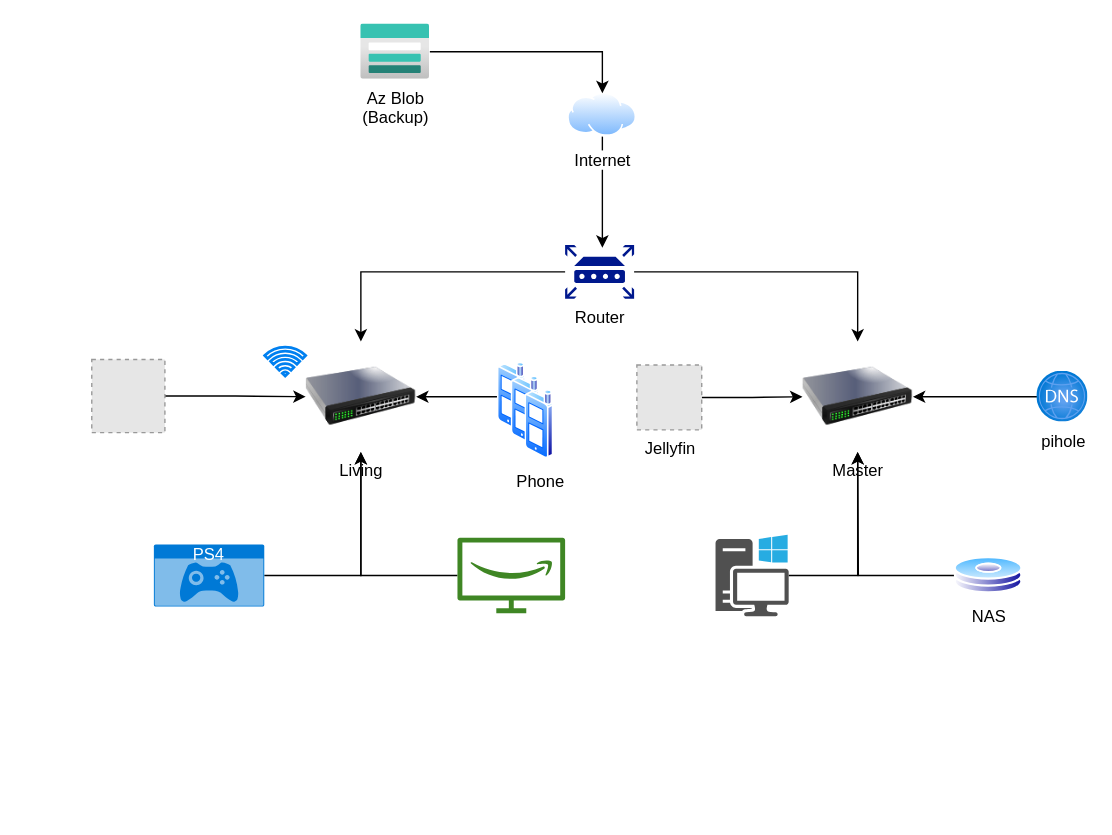
Before: Home Network.drawio in ncinco/DslApi, a draw.io diagram. Source tidied: cells renumbered, new cells numbered last; positions are measured from the earlier drawing's top-left corner, leaving out a move shared by most shapes. Both pictures are drawn from the tidied source at 138%, with x=0, y=0 at pixel (91, 23). Pictures stored in the file or linked from it are replaced by grey dashed boxes.
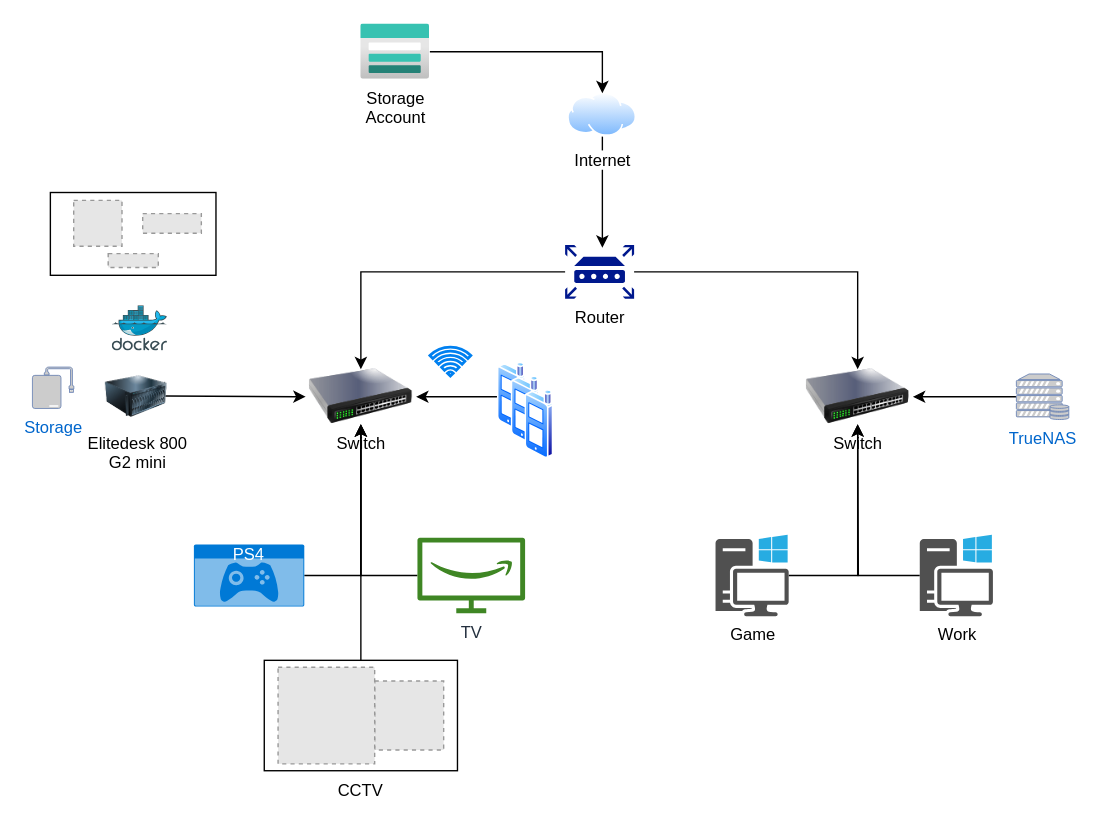
After the change.

Diff of the diagram source:
```diff
@@
-    <mxCell id="7" value="Living" style="image;html=1;image=img/lib/clip_art/networking/Switch_128x128.png;" parent="1" vertex="1">
-      <mxGeometry x="155" y="230" width="80" height="80" as="geometry" />
+    <mxCell id="7" value="Switch" style="image;html=1;image=img/lib/clip_art/networking/Switch_128x128.png;" parent="1" vertex="1">
+      <mxGeometry x="155" y="250" width="80" height="40" as="geometry" />
     </mxCell>
-    <mxCell id="8" value="Master" style="image;html=1;image=img/lib/clip_art/networking/Switch_128x128.png;" parent="1" vertex="1">
-      <mxGeometry x="515" y="230" width="80" height="80" as="geometry" />
+    <mxCell id="8" value="Switch" style="image;html=1;image=img/lib/clip_art/networking/Switch_128x128.png;" parent="1" vertex="1">
+      <mxGeometry x="515" y="250" width="80" height="40" as="geometry" />
     </mxCell>
     <mxCell id="9" style="html=1;verticalLabelPosition=bottom;align=center;labelBackgroundColor=#ffffff;verticalAlign=top;strokeWidth=2;strokeColor=#0080F0;shadow=0;dashed=0;shape=mxgraph.ios7.icons.wifi;" parent="1" vertex="1">
-      <mxGeometry x="125.3" y="234" width="29.7" height="21" as="geometry" />
+      <mxGeometry x="245" y="234" width="29.7" height="21" as="geometry" />
     </mxCell>
@@
-    <mxCell id="11" style="sketch=0;shadow=0;dashed=0;html=1;strokeColor=none;fillColor=#505050;labelPosition=center;verticalLabelPosition=bottom;verticalAlign=top;outlineConnect=0;align=center;shape=mxgraph.office.devices.workstation_pc;" parent="1" vertex="1">
+    <mxCell id="11" value="Game" style="sketch=0;shadow=0;dashed=0;html=1;strokeColor=none;fillColor=#505050;labelPosition=center;verticalLabelPosition=bottom;verticalAlign=top;outlineConnect=0;align=center;shape=mxgraph.office.devices.workstation_pc;" parent="1" vertex="1">
       <mxGeometry x="452" y="370" width="53" height="59" as="geometry" />
     </mxCell>
-    <mxCell id="12" style="edgeStyle=orthogonalEdgeStyle;rounded=0;jettySize=auto;html=1;" parent="1" edge="1" source="13">
-      <mxGeometry relative="1" as="geometry">
-        <mxPoint x="555" y="310" as="targetPoint" />
-      </mxGeometry>
-    </mxCell>
-    <mxCell id="13" value="NAS" style="image;perimeter=ellipsePerimeter;html=1;align=center;shadow=0;dashed=0;spacingTop=3;image=img/lib/active_directory/hard_disk.svg;" parent="1" vertex="1">
-      <mxGeometry x="625" y="386" width="50" height="27" as="geometry" />
-    </mxCell>
@@
     <mxCell id="15" value="PS4" style="html=1;whiteSpace=wrap;strokeColor=none;fillColor=#0079D6;labelPosition=center;verticalLabelPosition=middle;verticalAlign=top;align=center;fontSize=12;outlineConnect=0;spacingTop=-6;fontColor=#FFFFFF;sketch=0;shape=mxgraph.sitemap.game;" parent="1" vertex="1">
-      <mxGeometry x="45" y="377" width="80" height="45" as="geometry" />
+      <mxGeometry x="74" y="377" width="80" height="45" as="geometry" />
     </mxCell>
@@
-    <mxCell id="17" style="sketch=0;outlineConnect=0;fontColor=#232F3E;gradientColor=none;fillColor=#3F8624;strokeColor=none;dashed=0;verticalLabelPosition=bottom;verticalAlign=top;align=center;html=1;fontSize=12;fontStyle=0;shape=mxgraph.aws4.firetv;" parent="1" vertex="1">
-      <mxGeometry x="265" y="372" width="78" height="55" as="geometry" />
+    <mxCell id="17" value="TV" style="sketch=0;outlineConnect=0;fontColor=#232F3E;gradientColor=none;fillColor=#3F8624;strokeColor=none;dashed=0;verticalLabelPosition=bottom;verticalAlign=top;align=center;html=1;fontSize=12;fontStyle=0;shape=mxgraph.aws4.firetv;" parent="1" vertex="1">
+      <mxGeometry x="236" y="372" width="78" height="55" as="geometry" />
     </mxCell>
@@
-    <mxCell id="21" value="Phone" style="image;perimeter=ellipsePerimeter;html=1;align=center;shadow=0;dashed=0;spacingTop=3;image=img/lib/active_directory/cell_phone.svg;" parent="1" vertex="1">
+    <mxCell id="21" style="image;perimeter=ellipsePerimeter;html=1;align=center;shadow=0;dashed=0;spacingTop=3;image=img/lib/active_directory/cell_phone.svg;" parent="1" vertex="1">
       <mxGeometry x="314" y="265" width="21" height="50" as="geometry" />
     </mxCell>
-    <mxCell id="22" style="edgeStyle=orthogonalEdgeStyle;rounded=0;jettySize=auto;html=1;entryX=0;entryY=0.5;entryDx=0;entryDy=0;" parent="1" edge="1" source="23" target="7">
-      <mxGeometry relative="1" as="geometry" />
+    <mxCell id="22" style="edgeStyle=orthogonalEdgeStyle;rounded=0;jettySize=auto;html=1;entryX=0;entryY=0.5;entryDx=0;entryDy=0;" parent="1" edge="1" target="7">
+      <mxGeometry relative="1" as="geometry">
+        <mxPoint x="53" y="269.5" as="sourcePoint" />
+      </mxGeometry>
     </mxCell>
-    <mxCell id="23" style="fillColor=#E6E6E6;strokeColor=#999999;dashed=1;html=1;verticalAlign=top;verticalLabelPosition=bottom;labelBackgroundColor=#ffffff;" parent="1" vertex="1">
-      <mxGeometry y="243" width="53" height="53" as="geometry" />
-    </mxCell>
-    <mxCell id="24" style="edgeStyle=orthogonalEdgeStyle;rounded=0;jettySize=auto;html=1;entryX=1;entryY=0.5;entryDx=0;entryDy=0;" parent="1" edge="1" source="25" target="8">
-      <mxGeometry relative="1" as="geometry" />
-    </mxCell>
-    <mxCell id="25" value="pihole" style="image;html=1;points=[];align=center;fontSize=12;image=img/lib/azure2/networking/DNS_Zones.svg;" parent="1" vertex="1">
-      <mxGeometry x="685" y="251.5" width="37" height="37" as="geometry" />
-    </mxCell>
@@
-    <mxCell id="27" value="Az Blob&lt;br&gt;(Backup)" style="image;html=1;points=[];align=center;fontSize=12;image=img/lib/azure2/storage/Storage_Accounts.svg;" parent="1" vertex="1">
+    <mxCell id="27" value="Storage&lt;br&gt;Account" style="image;html=1;points=[];align=center;fontSize=12;image=img/lib/azure2/storage/Storage_Accounts.svg;" parent="1" vertex="1">
       <mxGeometry x="195" width="50" height="40" as="geometry" />
     </mxCell>
-    <mxCell id="28" style="edgeStyle=orthogonalEdgeStyle;rounded=0;jettySize=auto;html=1;entryX=0;entryY=0.5;entryDx=0;entryDy=0;" parent="1" edge="1" source="29" target="8">
-      <mxGeometry relative="1" as="geometry" />
-    </mxCell>
-    <mxCell id="29" value="Jellyfin" style="fillColor=#E6E6E6;strokeColor=#999999;dashed=1;html=1;verticalAlign=top;verticalLabelPosition=bottom;labelBackgroundColor=#ffffff;" parent="1" vertex="1">
-      <mxGeometry x="395" y="247" width="47" height="47" as="geometry" />
-    </mxCell>
+    <mxCell id="30" style="edgeStyle=orthogonalEdgeStyle;rounded=0;jettySize=auto;html=1;" parent="1" edge="1" source="31">
+      <mxGeometry relative="1" as="geometry">
+        <mxPoint x="555" y="290" as="targetPoint" />
+      </mxGeometry>
+    </mxCell>
+    <mxCell id="31" value="Work" style="sketch=0;shadow=0;dashed=0;html=1;strokeColor=none;fillColor=#505050;labelPosition=center;verticalLabelPosition=bottom;verticalAlign=top;outlineConnect=0;align=center;shape=mxgraph.office.devices.workstation_pc;" parent="1" vertex="1">
+      <mxGeometry x="600" y="370" width="53" height="59" as="geometry" />
+    </mxCell>
+    <mxCell id="32" value="Elitedesk 800&lt;br&gt;G2 mini" style="image;html=1;image=img/lib/clip_art/computers/Server_128x128.png;" parent="1" vertex="1">
+      <mxGeometry x="10" y="250" width="45" height="40" as="geometry" />
+    </mxCell>
+    <mxCell id="33" style="image;sketch=0;html=1;align=center;fontSize=12;image=img/lib/mscae/Docker.svg;" parent="1" vertex="1">
+      <mxGeometry x="15" y="204.2" width="40" height="32.8" as="geometry" />
+    </mxCell>
+    <mxCell id="34" value="Storage" style="fontColor=#0066CC;verticalAlign=top;verticalLabelPosition=bottom;labelPosition=center;align=center;html=1;fillColor=#CCCCCC;strokeColor=#6881B3;gradientColor=none;gradientDirection=north;strokeWidth=2;shape=mxgraph.networks.external_storage;" parent="1" vertex="1">
+      <mxGeometry x="-43" y="248.5" width="30" height="30" as="geometry" />
+    </mxCell>
+    <mxCell id="35" style="group;" parent="1" vertex="1">
+      <mxGeometry x="-30" y="122" width="120" height="60" as="geometry" />
+    </mxCell>
+    <mxCell id="36" style="rounded=0;whiteSpace=wrap;html=1;" parent="35" vertex="1">
+      <mxGeometry width="120" height="60" as="geometry" />
+    </mxCell>
+    <mxCell id="37" style="fillColor=#E6E6E6;strokeColor=#999999;dashed=1;verticalLabelPosition=bottom;labelBackgroundColor=default;verticalAlign=top;" parent="35" vertex="1">
+      <mxGeometry x="41.9" y="44.3" width="36.3" height="10" as="geometry" />
+    </mxCell>
+    <mxCell id="38" style="fillColor=#E6E6E6;strokeColor=#999999;dashed=1;verticalLabelPosition=bottom;labelBackgroundColor=default;verticalAlign=top;" parent="35" vertex="1">
+      <mxGeometry x="66.9" y="15.3" width="42.5" height="14.2" as="geometry" />
+    </mxCell>
+    <mxCell id="39" style="fillColor=#E6E6E6;strokeColor=#999999;dashed=1;verticalLabelPosition=bottom;labelBackgroundColor=default;verticalAlign=top;" parent="35" vertex="1">
+      <mxGeometry x="16.9" y="5.7" width="35" height="33.2" as="geometry" />
+    </mxCell>
+    <mxCell id="40" style="edgeStyle=orthogonalEdgeStyle;rounded=0;jettySize=auto;html=1;entryX=1;entryY=0.5;entryDx=0;entryDy=0;" parent="1" edge="1" source="41" target="8">
+      <mxGeometry relative="1" as="geometry" />
+    </mxCell>
+    <mxCell id="41" value="TrueNAS" style="fontColor=#0066CC;verticalAlign=top;verticalLabelPosition=bottom;labelPosition=center;align=center;html=1;outlineConnect=0;fillColor=#CCCCCC;strokeColor=#6881B3;gradientColor=none;gradientDirection=north;strokeWidth=2;shape=mxgraph.networks.server_storage;" parent="1" vertex="1">
+      <mxGeometry x="670" y="253.5" width="38" height="33" as="geometry" />
+    </mxCell>
+    <mxCell id="42" style="group;" parent="1" vertex="1">
+      <mxGeometry x="125" y="461" width="140" height="110" as="geometry" />
+    </mxCell>
+    <mxCell id="43" style="rounded=0;whiteSpace=wrap;html=1;" parent="42" vertex="1">
+      <mxGeometry width="140" height="80" as="geometry" />
+    </mxCell>
+    <mxCell id="44" value="CCTV" style="text;html=1;strokeColor=none;fillColor=none;align=center;verticalAlign=middle;whiteSpace=wrap;rounded=0;" parent="42" vertex="1">
+      <mxGeometry x="40" y="80" width="60" height="30" as="geometry" />
+    </mxCell>
+    <mxCell id="45" style="fillColor=#E6E6E6;strokeColor=#999999;dashed=1;verticalLabelPosition=bottom;labelBackgroundColor=default;verticalAlign=top;" parent="42" vertex="1">
+      <mxGeometry x="80" y="15" width="50" height="50" as="geometry" />
+    </mxCell>
+    <mxCell id="46" style="fillColor=#E6E6E6;strokeColor=#999999;dashed=1;verticalLabelPosition=bottom;labelBackgroundColor=default;verticalAlign=top;" parent="42" vertex="1">
+      <mxGeometry x="10" y="5" width="70" height="70" as="geometry" />
+    </mxCell>
+    <mxCell id="47" style="edgeStyle=orthogonalEdgeStyle;rounded=0;jettySize=auto;html=1;entryX=0.5;entryY=1;entryDx=0;entryDy=0;" parent="1" edge="1" source="43" target="7">
+      <mxGeometry relative="1" as="geometry" />
+    </mxCell>
```
